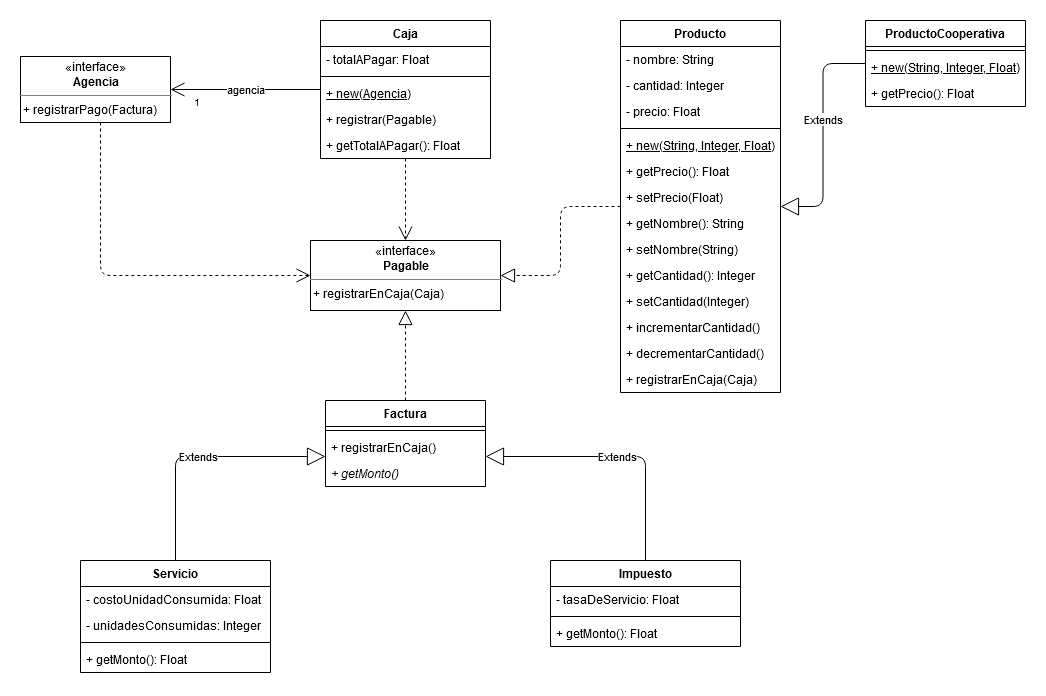
pablospizzamiglio/unq-po2 keeps this draw.io diagram as diagrams/po2-tp4-01-caja-mercado-02-v2.png. Above is the earlier version. Source tidied: cells renumbered, new cells last; positions are measured from the earlier drawing's top-left corner, leaving out a move shared by most shapes.
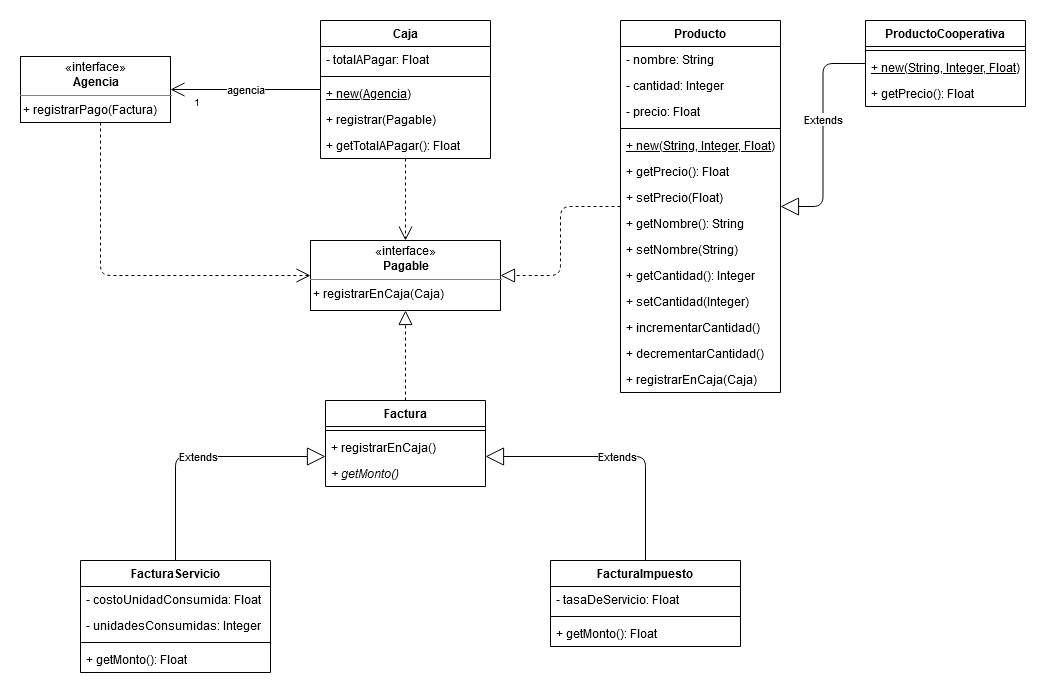
Above is the later version.

Commit message:
Fix class name in diagram

The edit, as a diff of the source:
```diff
@@ -96,7 +96,7 @@
     <mxCell id="29" value="+ getPrecio(): Float" style="text;strokeColor=none;fillColor=none;align=left;verticalAlign=top;spacingLeft=4;spacingRight=4;overflow=hidden;" parent="26" vertex="1">
       <mxGeometry y="60" width="160" height="26" as="geometry" />
     </mxCell>
-    <mxCell id="30" value="Servicio" style="swimlane;fontStyle=1;align=center;verticalAlign=top;horizontal=1;startSize=26;" parent="1" vertex="1">
+    <mxCell id="30" value="FacturaServicio" style="swimlane;fontStyle=1;align=center;verticalAlign=top;horizontal=1;startSize=26;" parent="1" vertex="1">
       <mxGeometry x="60" y="540" width="190" height="112" as="geometry" />
     </mxCell>
     <mxCell id="31" value="- costoUnidadConsumida: Float" style="text;strokeColor=none;fillColor=none;align=left;verticalAlign=top;spacingLeft=4;spacingRight=4;overflow=hidden;" parent="30" vertex="1">
@@ -123,7 +123,7 @@
     <mxCell id="38" value="+ getMonto()" style="text;strokeColor=none;fillColor=none;align=left;verticalAlign=top;spacingLeft=4;spacingRight=4;overflow=hidden;fontStyle=2;" parent="35" vertex="1">
       <mxGeometry y="60" width="160" height="26" as="geometry" />
     </mxCell>
-    <mxCell id="39" value="Impuesto" style="swimlane;fontStyle=1;align=center;verticalAlign=top;horizontal=1;startSize=26;" parent="1" vertex="1">
+    <mxCell id="39" value="FacturaImpuesto" style="swimlane;fontStyle=1;align=center;verticalAlign=top;horizontal=1;startSize=26;" parent="1" vertex="1">
       <mxGeometry x="530" y="540" width="190" height="86" as="geometry" />
     </mxCell>
     <mxCell id="40" value="- tasaDeServicio: Float" style="text;strokeColor=none;fillColor=none;align=left;verticalAlign=top;spacingLeft=4;spacingRight=4;overflow=hidden;" parent="39" vertex="1">
```
